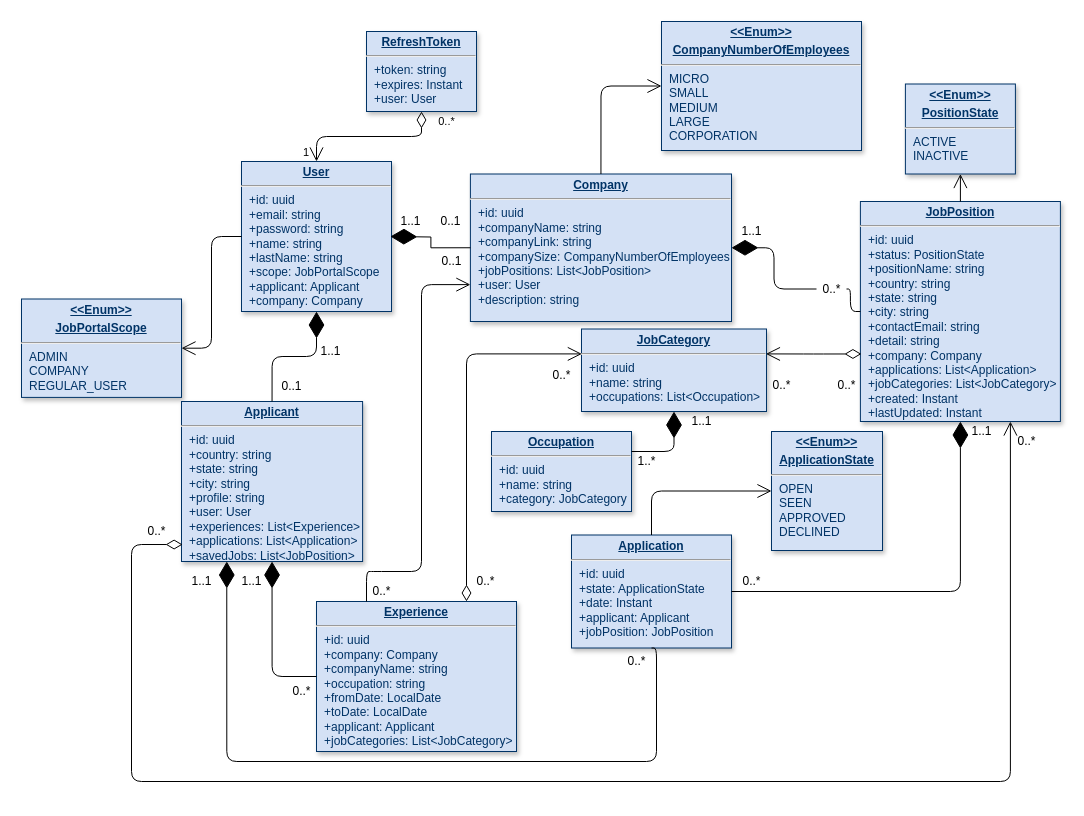
Earlier version of the draw.io diagram diagrams/Class.drawio (BUTAJI9l-IT/job-portal). Source tidied: cells renumbered, new cells numbered last; positions are measured from the earlier drawing's top-left corner, leaving out a move shared by most shapes. Both pictures are drawn from the tidied source at 100%, with x=0, y=0 at pixel (21, 21).
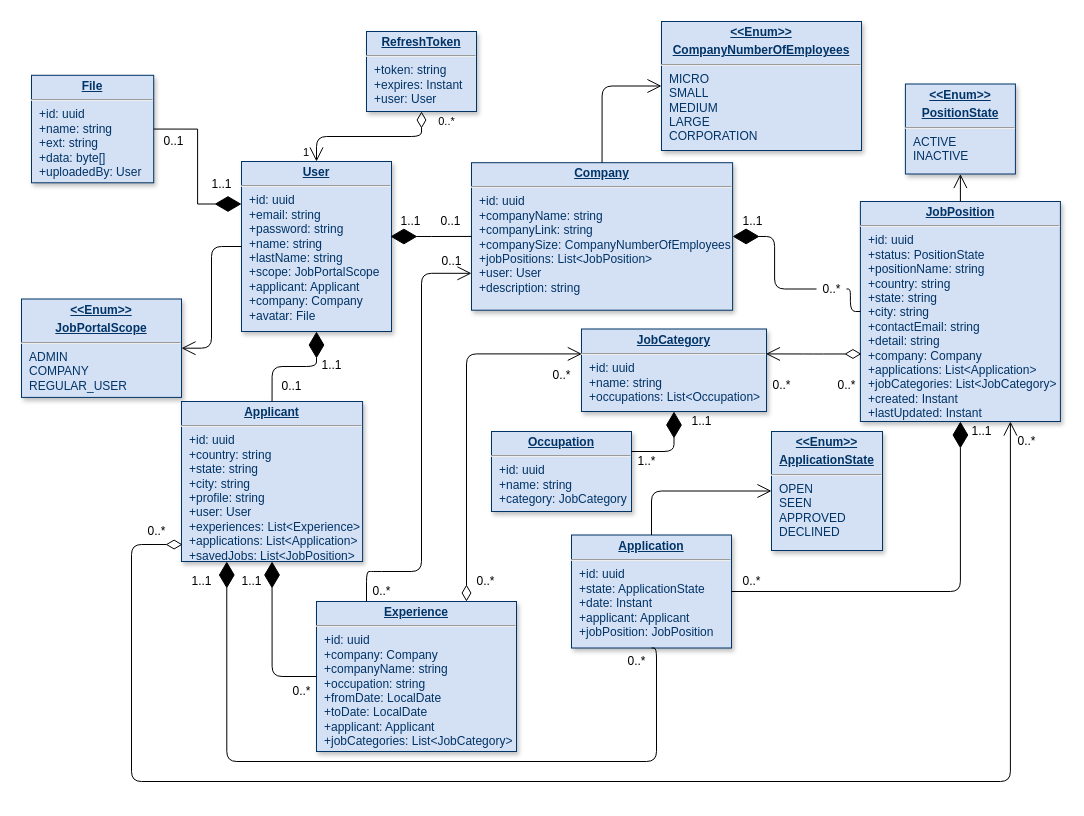
The same page after the edit.

Diff of the diagram source:
```diff
@@
     <mxCell id="3" value="&lt;p style=&quot;margin: 0px; margin-top: 4px; text-align: center; text-decoration: underline;&quot;&gt;&lt;strong&gt;Company&lt;/strong&gt;&lt;/p&gt;&lt;hr&gt;&lt;p style=&quot;margin: 0px; margin-left: 8px;&quot;&gt;+id: uuid&lt;/p&gt;&lt;p style=&quot;margin: 0px; margin-left: 8px;&quot;&gt;&lt;span style=&quot;background-color: initial;&quot;&gt;+companyName: string&lt;/span&gt;&lt;br&gt;&lt;/p&gt;&lt;p style=&quot;margin: 0px; margin-left: 8px;&quot;&gt;+companyLink: string&lt;/p&gt;&lt;p style=&quot;margin: 0px; margin-left: 8px;&quot;&gt;+companySize: CompanyNumberOfEmployees&lt;/p&gt;&lt;p style=&quot;margin: 0px; margin-left: 8px;&quot;&gt;+jobPositions: List&amp;lt;JobPosition&amp;gt;&lt;/p&gt;&lt;p style=&quot;margin: 0px; margin-left: 8px;&quot;&gt;+user: User&lt;/p&gt;&lt;p style=&quot;margin: 0px; margin-left: 8px;&quot;&gt;+description: string&lt;/p&gt;" style="verticalAlign=top;align=left;overflow=fill;fontSize=12;fontFamily=Helvetica;html=1;strokeColor=#003366;shadow=1;fillColor=#D4E1F5;fontColor=#003366;" parent="1" vertex="1">
-      <mxGeometry x="448.9" y="152.5" width="261.1" height="147.5" as="geometry" />
+      <mxGeometry x="450" y="141.2" width="261.1" height="147.5" as="geometry" />
     </mxCell>
@@
-    <mxCell id="5" value="&lt;p style=&quot;margin: 0px; margin-top: 4px; text-align: center; text-decoration: underline;&quot;&gt;&lt;strong&gt;User&lt;/strong&gt;&lt;/p&gt;&lt;hr&gt;&lt;p style=&quot;margin: 0px; margin-left: 8px;&quot;&gt;+id: uuid&lt;/p&gt;&lt;p style=&quot;margin: 0px; margin-left: 8px;&quot;&gt;+email: string&lt;/p&gt;&lt;p style=&quot;margin: 0px; margin-left: 8px;&quot;&gt;+password: string&lt;/p&gt;&lt;p style=&quot;margin: 0px; margin-left: 8px;&quot;&gt;+name: string&lt;/p&gt;&lt;p style=&quot;margin: 0px; margin-left: 8px;&quot;&gt;+lastName: string&lt;/p&gt;&lt;p style=&quot;margin: 0px; margin-left: 8px;&quot;&gt;+scope: JobPortalScope&lt;/p&gt;&lt;p style=&quot;margin: 0px; margin-left: 8px;&quot;&gt;+applicant: Applicant&lt;/p&gt;&lt;p style=&quot;margin: 0px; margin-left: 8px;&quot;&gt;+company: Company&lt;/p&gt;" style="verticalAlign=top;align=left;overflow=fill;fontSize=12;fontFamily=Helvetica;html=1;strokeColor=#003366;shadow=1;fillColor=#D4E1F5;fontColor=#003366;" parent="1" vertex="1">
-      <mxGeometry x="220" y="140" width="150" height="150" as="geometry" />
+    <mxCell id="5" value="&lt;p style=&quot;margin: 0px; margin-top: 4px; text-align: center; text-decoration: underline;&quot;&gt;&lt;strong&gt;User&lt;/strong&gt;&lt;/p&gt;&lt;hr&gt;&lt;p style=&quot;margin: 0px; margin-left: 8px;&quot;&gt;+id: uuid&lt;/p&gt;&lt;p style=&quot;margin: 0px; margin-left: 8px;&quot;&gt;+email: string&lt;/p&gt;&lt;p style=&quot;margin: 0px; margin-left: 8px;&quot;&gt;+password: string&lt;/p&gt;&lt;p style=&quot;margin: 0px; margin-left: 8px;&quot;&gt;+name: string&lt;/p&gt;&lt;p style=&quot;margin: 0px; margin-left: 8px;&quot;&gt;+lastName: string&lt;/p&gt;&lt;p style=&quot;margin: 0px; margin-left: 8px;&quot;&gt;+scope: JobPortalScope&lt;/p&gt;&lt;p style=&quot;margin: 0px; margin-left: 8px;&quot;&gt;+applicant: Applicant&lt;/p&gt;&lt;p style=&quot;margin: 0px; margin-left: 8px;&quot;&gt;+company: Company&lt;/p&gt;&lt;p style=&quot;margin: 0px; margin-left: 8px;&quot;&gt;+avatar: File&lt;/p&gt;" style="verticalAlign=top;align=left;overflow=fill;fontSize=12;fontFamily=Helvetica;html=1;strokeColor=#003366;shadow=1;fillColor=#D4E1F5;fontColor=#003366;" parent="1" vertex="1">
+      <mxGeometry x="220" y="140" width="150" height="170" as="geometry" />
     </mxCell>
@@
     <mxCell id="16" value="1..1" style="text;html=1;align=center;verticalAlign=middle;strokeColor=none;fillColor=none;" parent="1" vertex="1">
-      <mxGeometry x="288.9" y="320" width="40" height="20" as="geometry" />
+      <mxGeometry x="290" y="334" width="40" height="20" as="geometry" />
     </mxCell>
@@
     <mxCell id="19" value="1..1" style="text;html=1;align=center;verticalAlign=middle;strokeColor=none;fillColor=none;" parent="1" vertex="1">
-      <mxGeometry x="710" y="200" width="40" height="20" as="geometry" />
+      <mxGeometry x="711.1" y="190" width="40" height="20" as="geometry" />
     </mxCell>
@@
+    <mxCell id="55" value="&lt;p style=&quot;margin: 0px; margin-top: 4px; text-align: center; text-decoration: underline;&quot;&gt;&lt;b&gt;File&lt;/b&gt;&lt;/p&gt;&lt;hr&gt;&lt;p style=&quot;margin: 0px; margin-left: 8px;&quot;&gt;+id: uuid&lt;/p&gt;&lt;p style=&quot;margin: 0px; margin-left: 8px;&quot;&gt;&lt;span style=&quot;background-color: initial;&quot;&gt;+name: string&lt;/span&gt;&lt;br&gt;&lt;/p&gt;&lt;p style=&quot;margin: 0px; margin-left: 8px;&quot;&gt;+ext: string&lt;/p&gt;&lt;p style=&quot;margin: 0px; margin-left: 8px;&quot;&gt;+data: byte[]&lt;/p&gt;&lt;p style=&quot;margin: 0px; margin-left: 8px;&quot;&gt;+uploadedBy: User&lt;/p&gt;" style="verticalAlign=top;align=left;overflow=fill;fontSize=12;fontFamily=Helvetica;html=1;strokeColor=#003366;shadow=1;fillColor=#D4E1F5;fontColor=#003366;" parent="1" vertex="1">
+      <mxGeometry x="10" y="53.8" width="122.2" height="107.5" as="geometry" />
+    </mxCell>
+    <mxCell id="56" value="0..1" style="text;html=1;align=center;verticalAlign=middle;strokeColor=none;fillColor=none;" parent="1" vertex="1">
+      <mxGeometry x="132.2" y="110" width="40" height="20" as="geometry" />
+    </mxCell>
+    <mxCell id="57" style="endArrow=diamondThin;endFill=1;endSize=24;html=1;rounded=0;exitX=1;exitY=0.5;exitDx=0;exitDy=0;edgeStyle=orthogonalEdgeStyle;entryX=0;entryY=0.25;entryDx=0;entryDy=0;" parent="1" edge="1" source="55" target="5">
+      <mxGeometry relative="1" as="geometry" />
+    </mxCell>
+    <mxCell id="58" value="1..1" style="text;html=1;align=center;verticalAlign=middle;strokeColor=none;fillColor=none;" parent="1" vertex="1">
+      <mxGeometry x="180" y="152.5" width="40" height="20" as="geometry" />
+    </mxCell>
```
